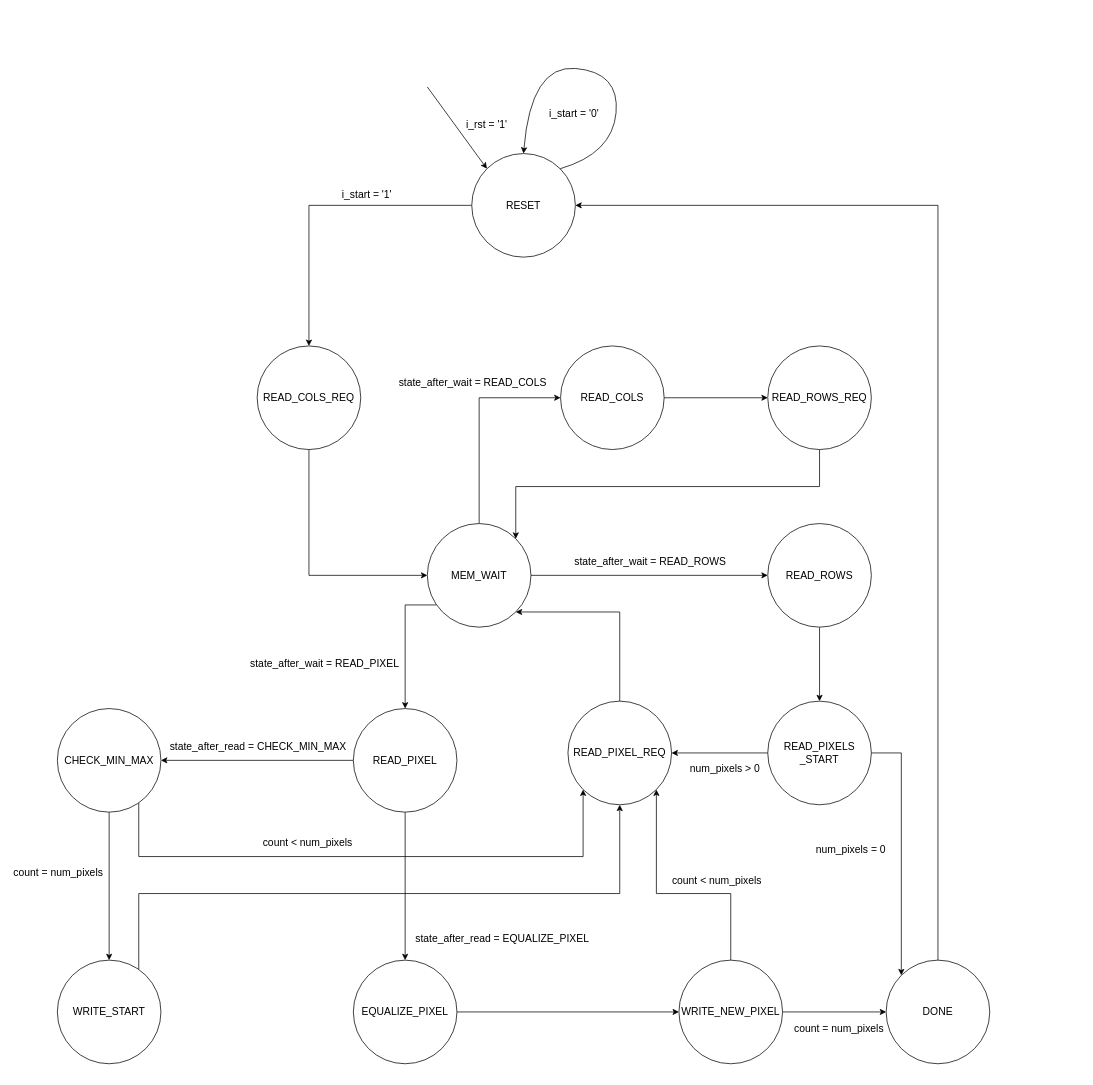
Above: draws/diagram.drawio in 2h3ph3rd/prova-finale-reti-logiche-2020 (draw.io), before the change. Source tidied: cells renumbered, new cells numbered last; positions are measured from the earlier drawing's top-left corner, leaving out a move shared by most shapes. Both pictures are drawn from the tidied source at 74%, with x=0, y=0 at pixel (50, 64).
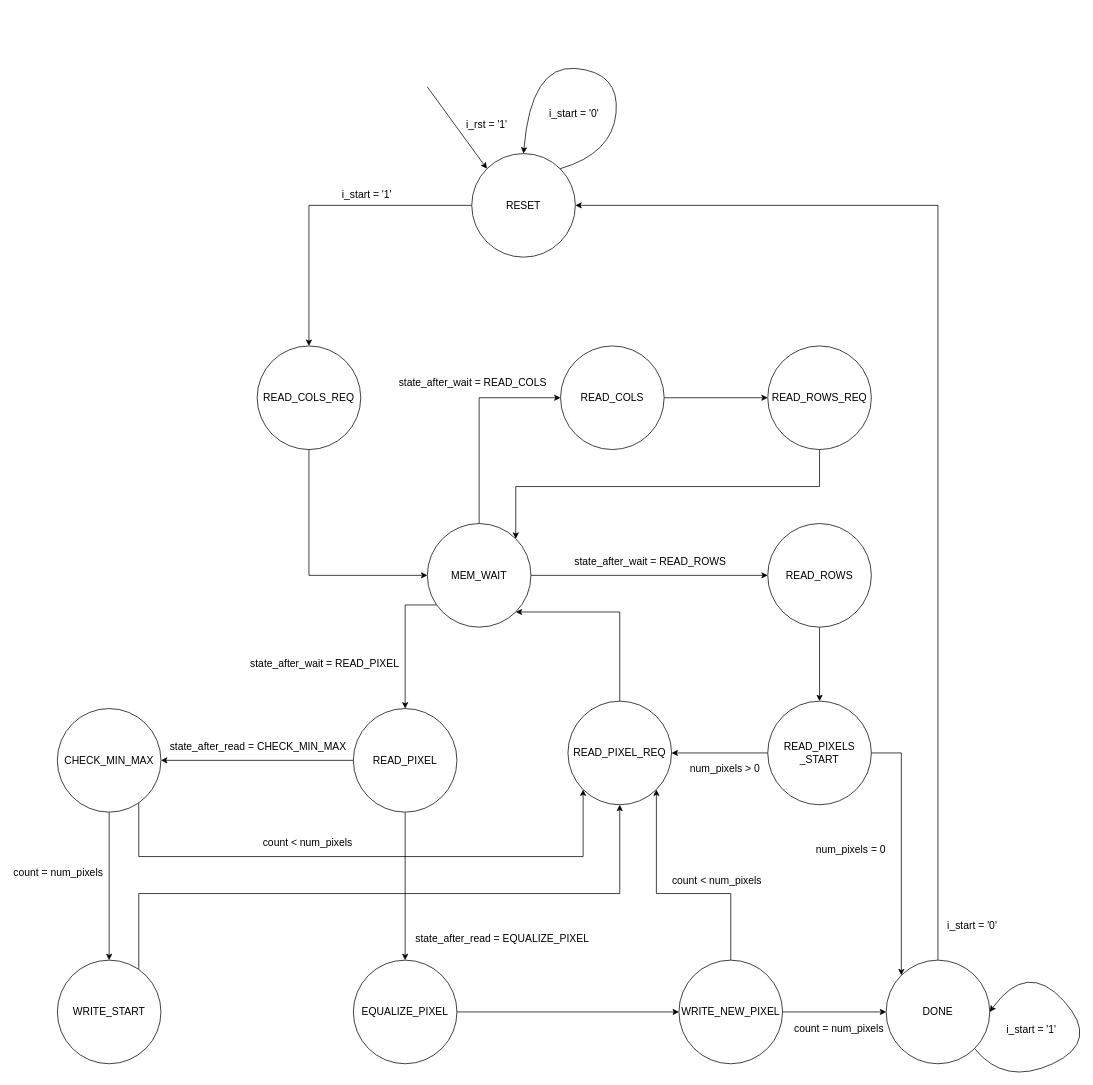
The same diagram, later.

Commit message (it also covers changes not shown here):
Updated diagram and description for DONE state

The change refers to these unchanged cells:
```xml
<mxCell id="27" value="DONE" style="ellipse;whiteSpace=wrap;html=1;fontSize=14;" parent="1" vertex="1">
  <mxGeometry x="1130" y="1210" width="140" height="140" as="geometry" />
</mxCell>
```

Change to the diagram source:
```diff
@@
+    <mxCell id="52" style="curved=1;endArrow=classic;html=1;exitX=1;exitY=1;exitDx=0;exitDy=0;entryX=1;entryY=0.5;entryDx=0;entryDy=0;" parent="1" edge="1" source="27" target="27">
+      <mxGeometry relative="1" as="geometry">
+        <Array as="points">
+          <mxPoint x="1290" y="1380" />
+          <mxPoint x="1420" y="1320" />
+          <mxPoint x="1320" y="1210" />
+        </Array>
+      </mxGeometry>
+    </mxCell>
+    <mxCell id="53" value="i_start = '1'" style="edgeLabel;html=1;align=center;verticalAlign=middle;fontSize=14;" parent="1" vertex="1">
+      <mxGeometry x="730" y="70" as="geometry">
+        <mxPoint x="595" y="1233" as="offset" />
+      </mxGeometry>
+    </mxCell>
+    <mxCell id="54" value="i_start = '0'" style="edgeLabel;html=1;align=center;verticalAlign=middle;fontSize=14;" parent="1" vertex="1">
+      <mxGeometry x="650" y="-70" as="geometry">
+        <mxPoint x="595" y="1233" as="offset" />
+      </mxGeometry>
+    </mxCell>
```
